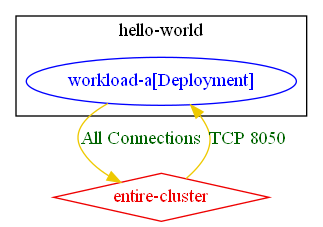
The Graphviz diagram test_outputs/connlist/exposure_test_conn_entire_cluster_with_empty_selectors_connlist_output.dot.png in np-guard/netpol-analyzer, before a commit. Its source is kept beside it as test_outputs/connlist/exposure_test_conn_entire_cluster_with_empty_selectors_connlist_output.dot.
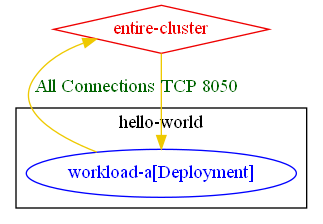
After the commit.

Diff of the diagram source:
```diff
@@ -6,6 +6,6 @@
 		label="hello-world"
 	}
 	"entire-cluster" [label="entire-cluster" color="red2" fontcolor="red2" shape=diamond]
-	"entire-cluster" -> "hello-world/workload-a[Deployment]" [label="TCP 8050" color="gold2" fontcolor="darkgreen"]
-	"hello-world/workload-a[Deployment]" -> "entire-cluster" [label="All Connections" color="gold2" fontcolor="darkgreen"]
+	"entire-cluster" -> "hello-world/workload-a[Deployment]" [label="TCP 8050" color="gold2" fontcolor="darkgreen" weight=1]
+	"hello-world/workload-a[Deployment]" -> "entire-cluster" [label="All Connections" color="gold2" fontcolor="darkgreen" weight=0.5]
 }
```
